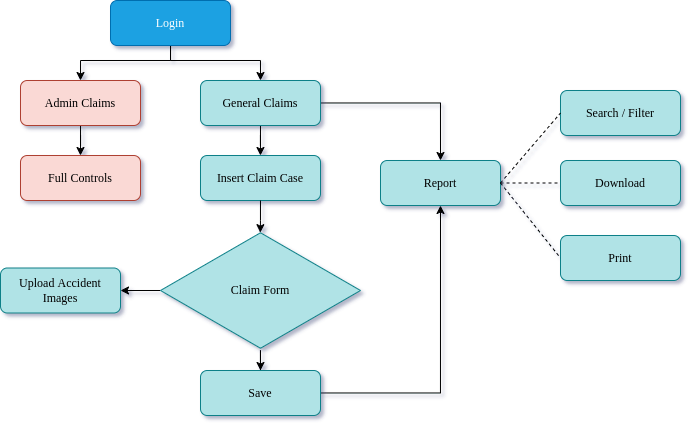
This is image/Claims_Diagram_V1.drawio.png from PPunh/cic_claims_form, a draw.io export, as it was before one commit. Source tidied: cells renumbered, new cells last; positions are measured from the earlier drawing's top-left corner, leaving out a move shared by most shapes.
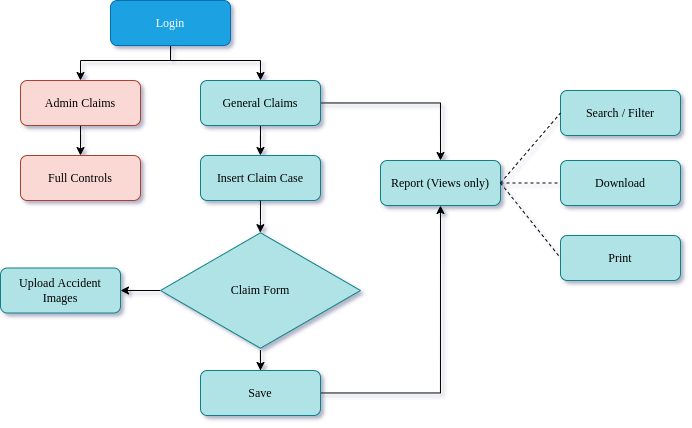
After the commit.

Commit message:
update_claim_diagram

Diff of the diagram source:
```diff
@@ -42,7 +42,7 @@
     <mxCell id="11" value="Insert Claim Case" style="rounded=1;whiteSpace=wrap;html=1;fontFamily=Noto sans lao;fillColor=#b0e3e6;strokeColor=#0e8088;" parent="1" vertex="1">
       <mxGeometry x="200" y="155" width="120" height="45" as="geometry" />
     </mxCell>
-    <mxCell id="12" value="Report" style="rounded=1;whiteSpace=wrap;html=1;fontFamily=Noto sans lao;fillColor=#b0e3e6;strokeColor=#0e8088;" parent="1" vertex="1">
+    <mxCell id="12" value="Report (Views only)" style="rounded=1;whiteSpace=wrap;html=1;fontFamily=Noto sans lao;fillColor=#b0e3e6;strokeColor=#0e8088;" parent="1" vertex="1">
       <mxGeometry x="380" y="160" width="120" height="45" as="geometry" />
     </mxCell>
     <mxCell id="13" style="edgeStyle=orthogonalEdgeStyle;rounded=0;jettySize=auto;html=1;entryX=0.5;entryY=0;entryDx=0;entryDy=0;" parent="1" edge="1" source="15" target="18">
```
